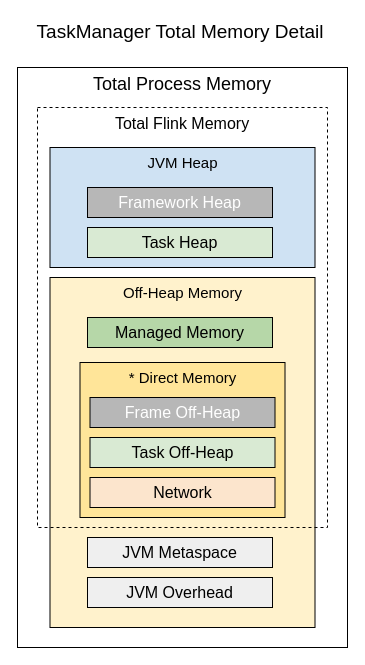
Before: page "TaskManager Memory Detail" (3 of 3) of drawio/flink_memory.drawio in mqjd/assets, a draw.io diagram. Source tidied: cells renumbered, new cells numbered last; positions are measured from the earlier drawing's top-left corner, leaving out a move shared by most shapes. Both pictures are drawn from the tidied source at 100%, with x=0, y=0 at pixel (17, 17).
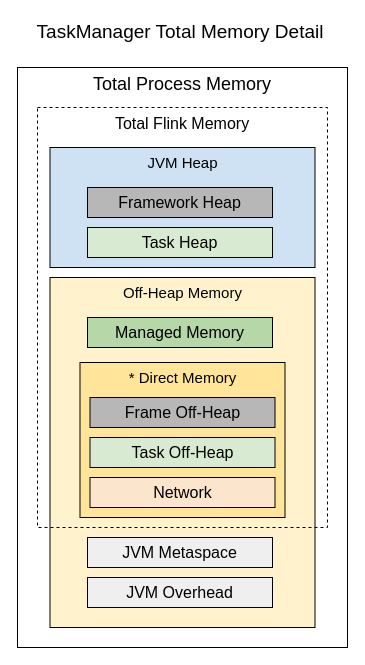
The same page after the edit.

Diff of the diagram source:
```diff
@@
 <mxGraphModel>
   <root>
     <mxCell id="0" />
     <mxCell id="1" parent="0" />
-    <mxCell id="2" value="&lt;font style=&quot;font-size: 18px&quot;&gt;Total Process Memory&lt;/font&gt;" style="rounded=0;whiteSpace=wrap;html=1;strokeWidth=1;fontSize=17;verticalAlign=top;" parent="1" vertex="1">
+    <mxCell id="2" value="&lt;font style=&quot;font-size: 18px&quot;&gt;Total Process Memory&lt;/font&gt;" style="rounded=0;whiteSpace=wrap;html=1;strokeWidth=1;fontSize=17;verticalAlign=top;fillColor=none;" parent="1" vertex="1">
       <mxGeometry y="50" width="330" height="580" as="geometry" />
     </mxCell>
     <mxCell id="3" value="Off-Heap Memory" style="rounded=0;whiteSpace=wrap;html=1;strokeColor=#000000;strokeWidth=1;fillColor=#fff2cc;fontSize=15;fontColor=#000000;verticalAlign=top;" parent="1" vertex="1">
       <mxGeometry x="32.5" y="260" width="265" height="350" as="geometry" />
     </mxCell>
     <mxCell id="4" value="&lt;font style=&quot;font-size: 16px&quot;&gt;Total Flink Memory&lt;/font&gt;" style="rounded=0;whiteSpace=wrap;html=1;strokeWidth=1;fontSize=15;dashed=1;verticalAlign=top;fillColor=none;" parent="1" vertex="1">
       <mxGeometry x="20" y="90" width="290" height="420" as="geometry" />
     </mxCell>
     <mxCell id="5" value="JVM Heap" style="rounded=0;whiteSpace=wrap;html=1;strokeColor=#000000;strokeWidth=1;fillColor=#cfe2f3;fontSize=15;verticalAlign=top;" parent="1" vertex="1">
       <mxGeometry x="32.5" y="130" width="265" height="120" as="geometry" />
     </mxCell>
-    <mxCell id="6" value="Framework Heap" style="rounded=0;whiteSpace=wrap;html=1;strokeColor=#000000;strokeWidth=1;fillColor=#b7b7b7;fontSize=16;fontColor=#FFFFFF;" parent="1" vertex="1">
+    <mxCell id="6" value="Framework Heap" style="rounded=0;whiteSpace=wrap;html=1;strokeColor=#000000;strokeWidth=1;fillColor=#b7b7b7;fontSize=16;fontColor=default;" parent="1" vertex="1">
       <mxGeometry x="70" y="170" width="185" height="30" as="geometry" />
     </mxCell>
     <mxCell id="7" value="Task Heap" style="rounded=0;whiteSpace=wrap;html=1;strokeColor=#000000;strokeWidth=1;fillColor=#d9ead3;fontSize=16;" parent="1" vertex="1">
       <mxGeometry x="70" y="210" width="185" height="30" as="geometry" />
     </mxCell>
     <mxCell id="8" value="Managed Memory" style="rounded=0;whiteSpace=wrap;html=1;strokeColor=#000000;strokeWidth=1;fillColor=#b6d7a8;fontSize=16;" parent="1" vertex="1">
       <mxGeometry x="70" y="300" width="185" height="30" as="geometry" />
     </mxCell>
     <mxCell id="9" value="* Direct Memory" style="rounded=0;whiteSpace=wrap;html=1;strokeColor=#000000;strokeWidth=1;fillColor=#ffe599;fontSize=15;fontColor=#000000;verticalAlign=top;" parent="1" vertex="1">
       <mxGeometry x="62.5" y="345" width="205" height="155" as="geometry" />
     </mxCell>
-    <mxCell id="10" value="Frame Off-Heap" style="rounded=0;whiteSpace=wrap;html=1;strokeColor=#000000;strokeWidth=1;fillColor=#b7b7b7;fontSize=16;fontColor=#FFFFFF;" parent="1" vertex="1">
+    <mxCell id="10" value="Frame Off-Heap" style="rounded=0;whiteSpace=wrap;html=1;strokeColor=#000000;strokeWidth=1;fillColor=#b7b7b7;fontSize=16;fontColor=default;" parent="1" vertex="1">
       <mxGeometry x="72.5" y="380" width="185" height="30" as="geometry" />
     </mxCell>
     <mxCell id="11" value="Task Off-Heap" style="rounded=0;whiteSpace=wrap;html=1;strokeColor=#000000;strokeWidth=1;fillColor=#d9ead3;fontSize=16;" parent="1" vertex="1">
       <mxGeometry x="72.5" y="420" width="185" height="30" as="geometry" />
     </mxCell>
     <mxCell id="12" value="Network" style="rounded=0;whiteSpace=wrap;html=1;strokeColor=#000000;strokeWidth=1;fillColor=#fce5cd;fontSize=16;" parent="1" vertex="1">
       <mxGeometry x="72.5" y="460" width="185" height="30" as="geometry" />
     </mxCell>
     <mxCell id="13" value="JVM Overhead" style="rounded=0;whiteSpace=wrap;html=1;strokeColor=#000000;strokeWidth=1;fillColor=#efefef;fontSize=16;" parent="1" vertex="1">
       <mxGeometry x="70" y="560" width="185" height="30" as="geometry" />
     </mxCell>
     <mxCell id="14" value="JVM Metaspace" style="rounded=0;whiteSpace=wrap;html=1;strokeColor=#000000;strokeWidth=1;fillColor=#efefef;fontSize=16;" parent="1" vertex="1">
       <mxGeometry x="70" y="520" width="185" height="30" as="geometry" />
     </mxCell>
     <mxCell id="15" value="TaskManager Total Memory Detail" style="text;html=1;strokeColor=none;fillColor=none;align=center;verticalAlign=middle;whiteSpace=wrap;rounded=0;dashed=1;fontSize=19;fontColor=#000000;" parent="1" vertex="1">
       <mxGeometry x="7.5" width="310" height="30" as="geometry" />
     </mxCell>
   </root>
 </mxGraphModel>
```
